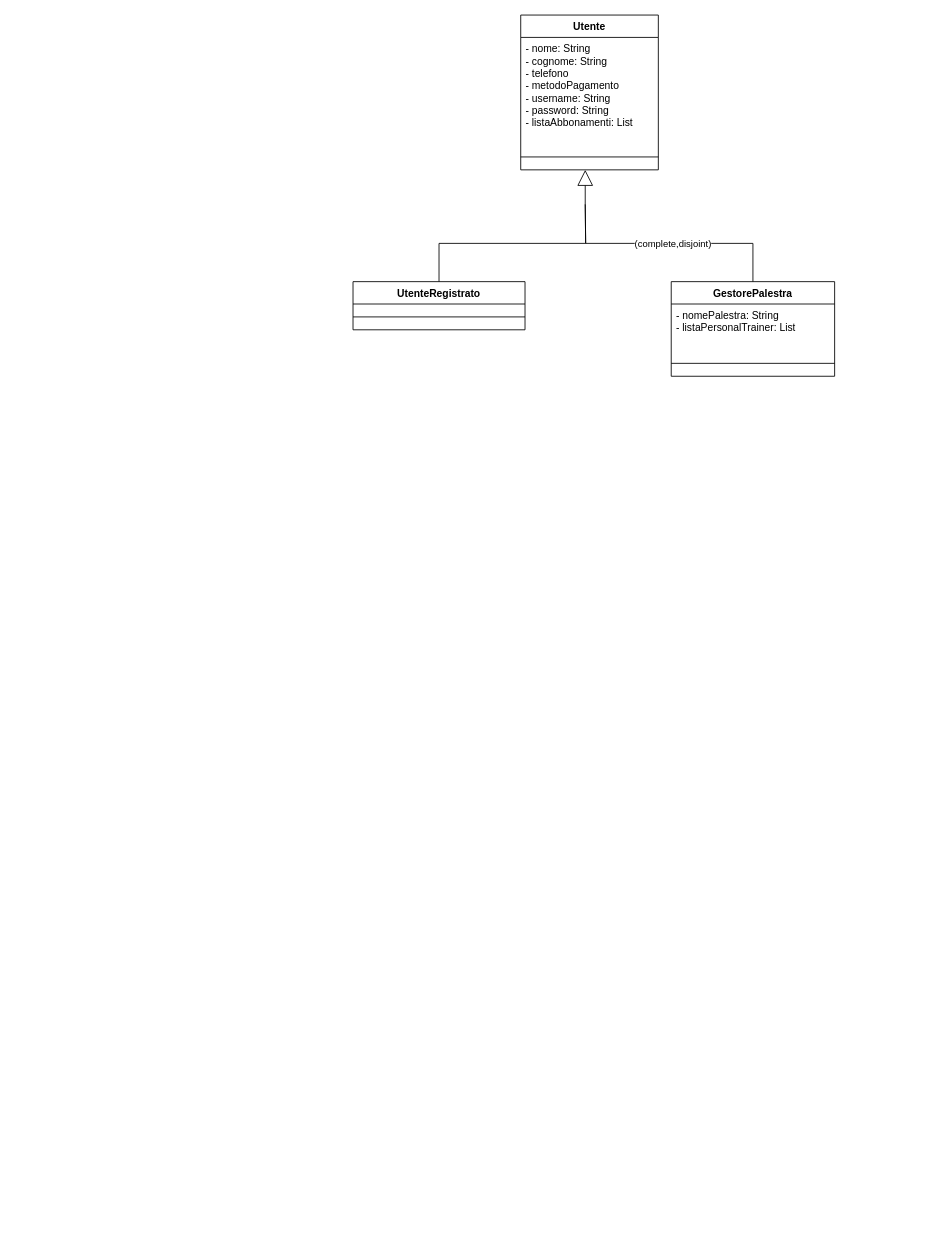
Before: Diagrammi_UML/Utente.drawio in JosephBoom02/Progetto_Ingegneria_del_Software, a draw.io diagram. Source tidied: cells renumbered, new cells numbered last; positions are measured from the earlier drawing's top-left corner, leaving out a move shared by most shapes. Both pictures are drawn from the tidied source at 86%, with x=0, y=0 at pixel (353, 15).
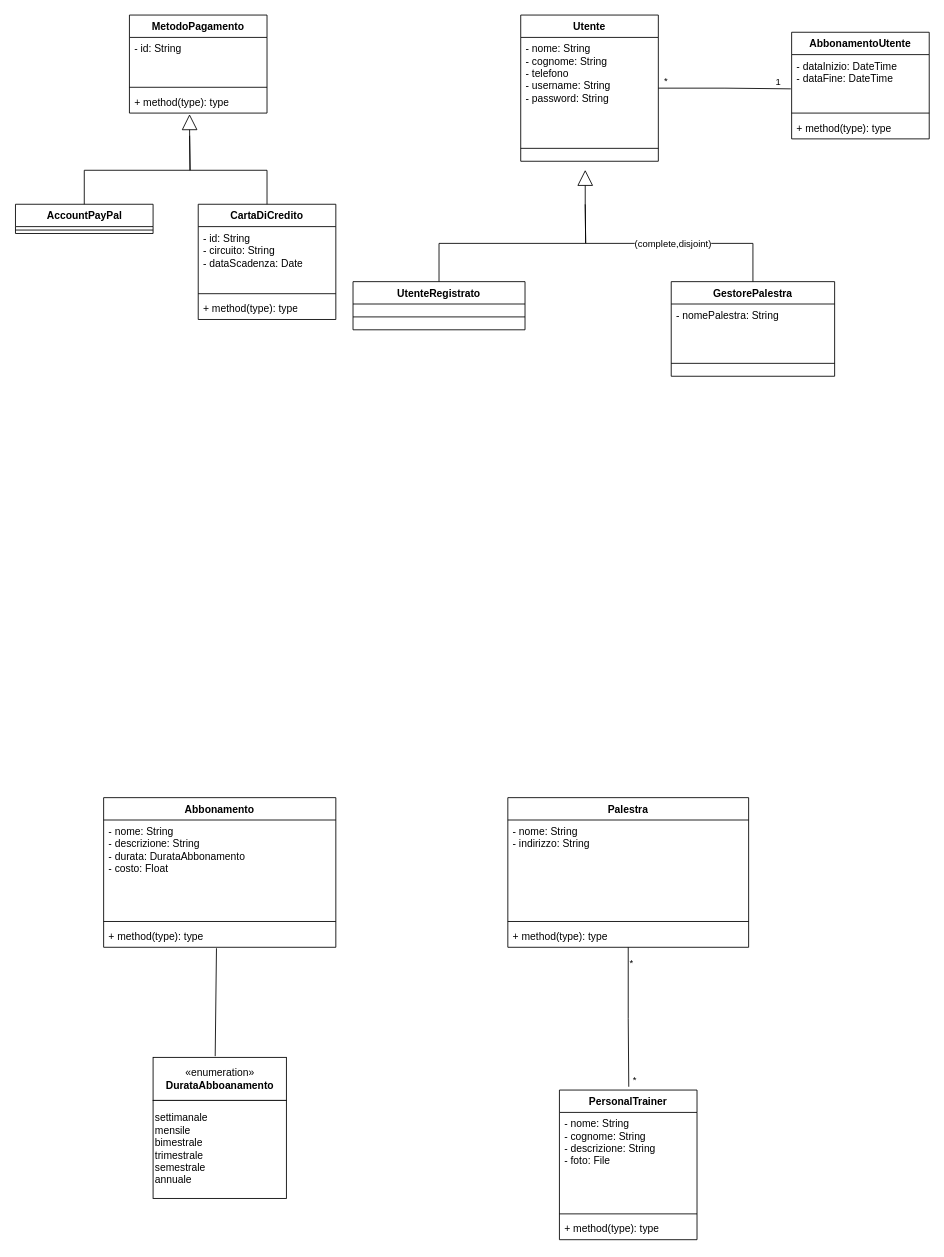
After the change.

The change refers to these unchanged cells:
```xml
<mxCell id="7" value="GestorePalestra" style="swimlane;fontStyle=1;align=center;verticalAlign=top;horizontal=1;startSize=26;whiteSpace=wrap;html=1;" parent="1" vertex="1">
  <mxGeometry x="370" y="310" width="190" height="110" as="geometry" />
</mxCell>
```

The edit, as a diff of the source:
```diff
@@
     <mxCell id="2" value="Utente" style="swimlane;fontStyle=1;align=center;verticalAlign=top;horizontal=1;startSize=26;whiteSpace=wrap;html=1;" parent="1" vertex="1">
-      <mxGeometry x="195" width="160" height="180" as="geometry" />
+      <mxGeometry x="195" width="160" height="170" as="geometry" />
     </mxCell>
-    <mxCell id="3" value="- nome: String&lt;br&gt;&lt;div&gt;- cognome: String&lt;/div&gt;&lt;div&gt;- telefono&lt;/div&gt;&lt;div&gt;- metodoPagamento&lt;/div&gt;&lt;div&gt;- username: String&lt;/div&gt;&lt;div&gt;- password: String&lt;/div&gt;&lt;div&gt;- listaAbbonamenti: List&lt;br&gt;&lt;/div&gt;&lt;div&gt;&lt;br&gt; &lt;/div&gt;" style="text;strokeColor=none;fillColor=none;align=left;verticalAlign=top;spacingLeft=4;spacingRight=4;overflow=hidden;whiteSpace=wrap;html=1;" parent="2" vertex="1">
-      <mxGeometry y="26" width="160" height="124" as="geometry" />
+    <mxCell id="3" value="- nome: String&lt;br&gt;&lt;div&gt;- cognome: String&lt;/div&gt;&lt;div&gt;- telefono&lt;/div&gt;&lt;div&gt;- username: String&lt;/div&gt;&lt;div&gt;- password: String&lt;/div&gt;&lt;div&gt;&lt;br&gt; &lt;/div&gt;" style="text;strokeColor=none;fillColor=none;align=left;verticalAlign=top;spacingLeft=4;spacingRight=4;overflow=hidden;whiteSpace=wrap;html=1;" parent="2" vertex="1">
+      <mxGeometry y="26" width="160" height="114" as="geometry" />
     </mxCell>
     <mxCell id="4" style="line;strokeWidth=1;fillColor=none;align=left;verticalAlign=middle;spacingTop=-1;spacingLeft=3;spacingRight=3;labelPosition=right;strokeColor=inherit;" parent="2" vertex="1">
-      <mxGeometry y="150" width="160" height="30" as="geometry" />
+      <mxGeometry y="140" width="160" height="30" as="geometry" />
     </mxCell>
@@
-    <mxCell id="8" value="- nomePalestra: String&lt;br&gt;&lt;div&gt;- listaPersonalTrainer: List&lt;br&gt;&lt;/div&gt;&lt;div&gt;&lt;br&gt; &lt;/div&gt;" style="text;strokeColor=none;fillColor=none;align=left;verticalAlign=top;spacingLeft=4;spacingRight=4;overflow=hidden;whiteSpace=wrap;html=1;" parent="7" vertex="1">
+    <mxCell id="8" value="- nomePalestra: String&lt;br&gt;&lt;div&gt;&lt;br&gt; &lt;/div&gt;" style="text;strokeColor=none;fillColor=none;align=left;verticalAlign=top;spacingLeft=4;spacingRight=4;overflow=hidden;whiteSpace=wrap;html=1;" parent="7" vertex="1">
       <mxGeometry y="26" width="190" height="54" as="geometry" />
     </mxCell>
@@
+    <mxCell id="14" value="AbbonamentoUtente" style="swimlane;fontStyle=1;align=center;verticalAlign=top;horizontal=1;startSize=26;whiteSpace=wrap;html=1;" parent="1" vertex="1">
+      <mxGeometry x="510" y="20" width="160" height="124" as="geometry" />
+    </mxCell>
+    <mxCell id="15" value="&lt;div&gt;- dataInizio: DateTime&lt;/div&gt;&lt;div&gt;- dataFine: DateTime&lt;/div&gt;" style="text;strokeColor=none;fillColor=none;align=left;verticalAlign=top;spacingLeft=4;spacingRight=4;overflow=hidden;points=[[0,0.5],[1,0.5]];portConstraint=eastwest;whiteSpace=wrap;html=1;" parent="14" vertex="1">
+      <mxGeometry y="26" width="160" height="64" as="geometry" />
+    </mxCell>
+    <mxCell id="16" style="line;strokeWidth=1;fillColor=none;align=left;verticalAlign=middle;spacingTop=-1;spacingLeft=3;spacingRight=3;labelPosition=right;strokeColor=inherit;" parent="14" vertex="1">
+      <mxGeometry y="90" width="160" height="8" as="geometry" />
+    </mxCell>
+    <mxCell id="17" value="+ method(type): type" style="text;strokeColor=none;fillColor=none;align=left;verticalAlign=top;spacingLeft=4;spacingRight=4;overflow=hidden;whiteSpace=wrap;html=1;" parent="14" vertex="1">
+      <mxGeometry y="98" width="160" height="26" as="geometry" />
+    </mxCell>
+    <mxCell id="18" value="Abbonamento" style="swimlane;fontStyle=1;align=center;verticalAlign=top;horizontal=1;startSize=26;whiteSpace=wrap;html=1;" parent="1" vertex="1">
+      <mxGeometry x="-290" y="910" width="270" height="174" as="geometry" />
+    </mxCell>
+    <mxCell id="19" value="&lt;div&gt;- nome: String&lt;/div&gt;&lt;div&gt;- descrizione: String&lt;/div&gt;&lt;div&gt;- durata: DurataAbbonamento&lt;br&gt;&lt;/div&gt;&lt;div&gt;- costo: Float&lt;br&gt;&lt;/div&gt;" style="text;strokeColor=none;fillColor=none;align=left;verticalAlign=top;spacingLeft=4;spacingRight=4;overflow=hidden;whiteSpace=wrap;html=1;" parent="18" vertex="1">
+      <mxGeometry y="26" width="270" height="114" as="geometry" />
+    </mxCell>
+    <mxCell id="20" style="line;strokeWidth=1;fillColor=none;align=left;verticalAlign=middle;spacingTop=-1;spacingLeft=3;spacingRight=3;labelPosition=right;strokeColor=inherit;" parent="18" vertex="1">
+      <mxGeometry y="140" width="270" height="8" as="geometry" />
+    </mxCell>
+    <mxCell id="21" value="+ method(type): type" style="text;strokeColor=none;fillColor=none;align=left;verticalAlign=top;spacingLeft=4;spacingRight=4;overflow=hidden;points=[[0,0.5],[1,0.5]];portConstraint=eastwest;whiteSpace=wrap;html=1;" parent="18" vertex="1">
+      <mxGeometry y="148" width="270" height="26" as="geometry" />
+    </mxCell>
+    <mxCell id="22" value="«enumeration»&lt;br&gt;&lt;b&gt;DurataAbboanamento&lt;/b&gt;" style="html=1;whiteSpace=wrap;" parent="1" vertex="1">
+      <mxGeometry x="-232.5" y="1212" width="155" height="50" as="geometry" />
+    </mxCell>
+    <mxCell id="23" value="&lt;div align=&quot;left&quot;&gt;settimanale&lt;/div&gt;&lt;div align=&quot;left&quot;&gt;mensile&lt;/div&gt;&lt;div align=&quot;left&quot;&gt;bimestrale&lt;/div&gt;&lt;div align=&quot;left&quot;&gt;trimestrale&lt;/div&gt;&lt;div align=&quot;left&quot;&gt;semestrale&lt;br&gt;&lt;/div&gt;&lt;div align=&quot;left&quot;&gt;annuale&lt;br&gt;&lt;/div&gt;" style="html=1;whiteSpace=wrap;align=left;" parent="1" vertex="1">
+      <mxGeometry x="-232.5" y="1262" width="155" height="114" as="geometry" />
+    </mxCell>
+    <mxCell id="24" style="endArrow=none;html=1;rounded=0;exitX=0.466;exitY=-0.027;exitDx=0;exitDy=0;exitPerimeter=0;entryX=0.486;entryY=1.044;entryDx=0;entryDy=0;entryPerimeter=0;" parent="1" edge="1" source="22" target="21">
+      <mxGeometry relative="1" as="geometry" />
+    </mxCell>
+    <mxCell id="25" style="endArrow=none;html=1;edgeStyle=orthogonalEdgeStyle;rounded=0;exitX=1;exitY=0.5;exitDx=0;exitDy=0;entryX=-0.006;entryY=0.622;entryDx=0;entryDy=0;entryPerimeter=0;" parent="1" edge="1" source="2" target="15">
+      <mxGeometry relative="1" as="geometry" />
+    </mxCell>
+    <mxCell id="26" value="*" style="edgeLabel;html=1;align=left;verticalAlign=bottom;" parent="25" vertex="1">
+      <mxGeometry x="-1" relative="1" as="geometry">
+        <mxPoint x="5" as="offset" />
+      </mxGeometry>
+    </mxCell>
+    <mxCell id="27" value="1" style="edgeLabel;html=1;align=right;verticalAlign=bottom;" parent="25" vertex="1">
+      <mxGeometry x="1" relative="1" as="geometry">
+        <mxPoint x="-11" as="offset" />
+      </mxGeometry>
+    </mxCell>
+    <mxCell id="28" value="Palestra" style="swimlane;fontStyle=1;align=center;verticalAlign=top;horizontal=1;startSize=26;whiteSpace=wrap;html=1;" parent="1" vertex="1">
+      <mxGeometry x="180" y="910" width="280" height="174" as="geometry" />
+    </mxCell>
+    <mxCell id="29" value="&lt;div&gt;- nome: String&lt;/div&gt;&lt;div&gt;- indirizzo: String&lt;/div&gt;" style="text;strokeColor=none;fillColor=none;align=left;verticalAlign=top;spacingLeft=4;spacingRight=4;overflow=hidden;whiteSpace=wrap;html=1;" parent="28" vertex="1">
+      <mxGeometry y="26" width="280" height="114" as="geometry" />
+    </mxCell>
+    <mxCell id="30" style="line;strokeWidth=1;fillColor=none;align=left;verticalAlign=middle;spacingTop=-1;spacingLeft=3;spacingRight=3;labelPosition=right;strokeColor=inherit;" parent="28" vertex="1">
+      <mxGeometry y="140" width="280" height="8" as="geometry" />
+    </mxCell>
+    <mxCell id="31" value="+ method(type): type" style="text;strokeColor=none;fillColor=none;align=left;verticalAlign=top;spacingLeft=4;spacingRight=4;overflow=hidden;whiteSpace=wrap;html=1;" parent="28" vertex="1">
+      <mxGeometry y="148" width="280" height="26" as="geometry" />
+    </mxCell>
+    <mxCell id="32" value="PersonalTrainer" style="swimlane;fontStyle=1;align=center;verticalAlign=top;horizontal=1;startSize=26;whiteSpace=wrap;html=1;" parent="1" vertex="1">
+      <mxGeometry x="240" y="1250" width="160" height="174" as="geometry" />
+    </mxCell>
+    <mxCell id="33" value="&lt;div&gt;- nome: String&lt;/div&gt;&lt;div&gt;- cognome: String&lt;/div&gt;&lt;div&gt;- descrizione: String&lt;/div&gt;&lt;div&gt;- foto: File&lt;br&gt;&lt;/div&gt;" style="text;strokeColor=none;fillColor=none;align=left;verticalAlign=top;spacingLeft=4;spacingRight=4;overflow=hidden;whiteSpace=wrap;html=1;" parent="32" vertex="1">
+      <mxGeometry y="26" width="160" height="114" as="geometry" />
+    </mxCell>
+    <mxCell id="34" style="line;strokeWidth=1;fillColor=none;align=left;verticalAlign=middle;spacingTop=-1;spacingLeft=3;spacingRight=3;labelPosition=right;strokeColor=inherit;" parent="32" vertex="1">
+      <mxGeometry y="140" width="160" height="8" as="geometry" />
+    </mxCell>
+    <mxCell id="35" value="+ method(type): type" style="text;strokeColor=none;fillColor=none;align=left;verticalAlign=top;spacingLeft=4;spacingRight=4;overflow=hidden;whiteSpace=wrap;html=1;" parent="32" vertex="1">
+      <mxGeometry y="148" width="160" height="26" as="geometry" />
+    </mxCell>
+    <mxCell id="36" style="endArrow=none;html=1;edgeStyle=orthogonalEdgeStyle;rounded=0;exitX=0.5;exitY=1;exitDx=0;exitDy=0;entryX=0.504;entryY=-0.022;entryDx=0;entryDy=0;entryPerimeter=0;" parent="1" edge="1" source="28" target="32">
+      <mxGeometry relative="1" as="geometry" />
+    </mxCell>
+    <mxCell id="37" value="*" style="edgeLabel;html=1;align=left;verticalAlign=bottom;" parent="36" vertex="1">
+      <mxGeometry x="-1" relative="1" as="geometry">
+        <mxPoint y="26" as="offset" />
+      </mxGeometry>
+    </mxCell>
+    <mxCell id="38" value="*" style="edgeLabel;html=1;align=right;verticalAlign=bottom;" parent="36" vertex="1">
+      <mxGeometry x="1" relative="1" as="geometry">
+        <mxPoint x="9" as="offset" />
+      </mxGeometry>
+    </mxCell>
+    <mxCell id="39" value="MetodoPagamento" style="swimlane;fontStyle=1;align=center;verticalAlign=top;horizontal=1;startSize=26;whiteSpace=wrap;html=1;" parent="1" vertex="1">
+      <mxGeometry x="-260" width="160" height="114" as="geometry" />
+    </mxCell>
+    <mxCell id="40" value="&lt;div&gt;- id: String&lt;/div&gt;&lt;div&gt;&lt;br&gt;&lt;/div&gt;" style="text;strokeColor=none;fillColor=none;align=left;verticalAlign=top;spacingLeft=4;spacingRight=4;overflow=hidden;whiteSpace=wrap;html=1;" parent="39" vertex="1">
+      <mxGeometry y="26" width="160" height="54" as="geometry" />
+    </mxCell>
+    <mxCell id="41" style="line;strokeWidth=1;fillColor=none;align=left;verticalAlign=middle;spacingTop=-1;spacingLeft=3;spacingRight=3;labelPosition=right;strokeColor=inherit;" parent="39" vertex="1">
+      <mxGeometry y="80" width="160" height="8" as="geometry" />
+    </mxCell>
+    <mxCell id="42" value="+ method(type): type" style="text;strokeColor=none;fillColor=none;align=left;verticalAlign=top;spacingLeft=4;spacingRight=4;overflow=hidden;points=[[0,0.5],[1,0.5]];portConstraint=eastwest;whiteSpace=wrap;html=1;" parent="39" vertex="1">
+      <mxGeometry y="88" width="160" height="26" as="geometry" />
+    </mxCell>
+    <mxCell id="43" value="AccountPayPal" style="swimlane;fontStyle=1;align=center;verticalAlign=top;horizontal=1;startSize=26;whiteSpace=wrap;html=1;" parent="1" vertex="1">
+      <mxGeometry x="-392.5" y="220" width="160" height="34" as="geometry" />
+    </mxCell>
+    <mxCell id="44" style="line;strokeWidth=1;fillColor=none;align=left;verticalAlign=middle;spacingTop=-1;spacingLeft=3;spacingRight=3;labelPosition=right;strokeColor=inherit;" parent="43" vertex="1">
+      <mxGeometry y="26" width="160" height="8" as="geometry" />
+    </mxCell>
+    <mxCell id="45" value="CartaDiCredito" style="swimlane;fontStyle=1;align=center;verticalAlign=top;horizontal=1;startSize=26;whiteSpace=wrap;html=1;" parent="1" vertex="1">
+      <mxGeometry x="-180" y="220" width="160" height="134" as="geometry" />
+    </mxCell>
+    <mxCell id="46" value="&lt;div&gt;- id: String&lt;/div&gt;&lt;div&gt;- circuito: String&lt;/div&gt;&lt;div&gt;- dataScadenza: Date&lt;br&gt;&lt;/div&gt;&lt;div&gt;&lt;br&gt;&lt;/div&gt;" style="text;strokeColor=none;fillColor=none;align=left;verticalAlign=top;spacingLeft=4;spacingRight=4;overflow=hidden;whiteSpace=wrap;html=1;" parent="45" vertex="1">
+      <mxGeometry y="26" width="160" height="74" as="geometry" />
+    </mxCell>
+    <mxCell id="47" style="line;strokeWidth=1;fillColor=none;align=left;verticalAlign=middle;spacingTop=-1;spacingLeft=3;spacingRight=3;labelPosition=right;strokeColor=inherit;" parent="45" vertex="1">
+      <mxGeometry y="100" width="160" height="8" as="geometry" />
+    </mxCell>
+    <mxCell id="48" value="+ method(type): type" style="text;strokeColor=none;fillColor=none;align=left;verticalAlign=top;spacingLeft=4;spacingRight=4;overflow=hidden;whiteSpace=wrap;html=1;" parent="45" vertex="1">
+      <mxGeometry y="108" width="160" height="26" as="geometry" />
+    </mxCell>
+    <mxCell id="49" style="endArrow=none;html=1;rounded=0;edgeStyle=orthogonalEdgeStyle;exitX=0.5;exitY=0;exitDx=0;exitDy=0;" parent="1" edge="1" source="43">
+      <mxGeometry relative="1" as="geometry">
+        <mxPoint x="-190" y="140" as="targetPoint" />
+      </mxGeometry>
+    </mxCell>
+    <mxCell id="50" style="endArrow=none;html=1;rounded=0;edgeStyle=orthogonalEdgeStyle;exitX=0.5;exitY=0;exitDx=0;exitDy=0;" parent="1" edge="1" source="45">
+      <mxGeometry relative="1" as="geometry">
+        <mxPoint x="-190" y="140" as="targetPoint" />
+      </mxGeometry>
+    </mxCell>
+    <mxCell id="51" style="endArrow=block;endSize=16;endFill=0;html=1;rounded=0;entryX=0.437;entryY=1.047;entryDx=0;entryDy=0;entryPerimeter=0;" parent="1" edge="1" target="42">
+      <mxGeometry relative="1" as="geometry">
+        <mxPoint x="-190" y="140" as="sourcePoint" />
+      </mxGeometry>
+    </mxCell>
```
